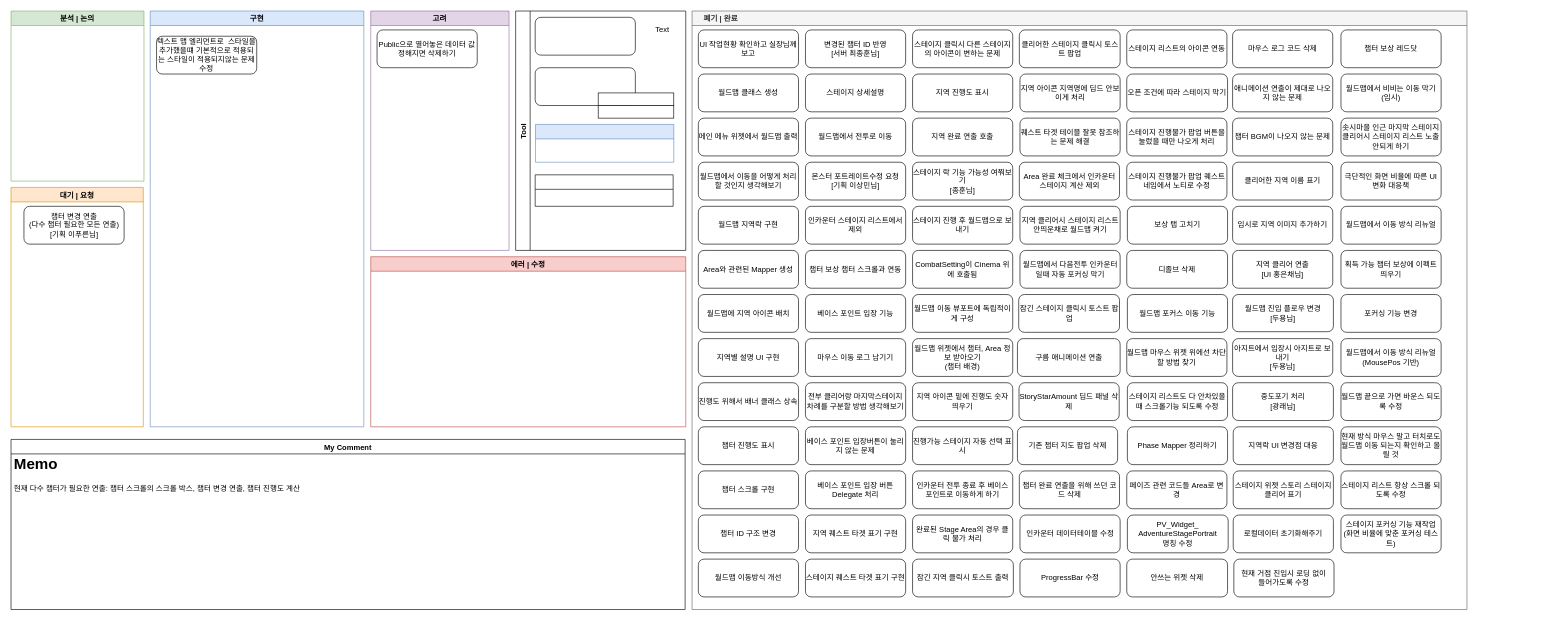
The draw.io diagram 월드맵 시스템 진행상황.drawio in Endorr/Job-Board, before the edit. Source tidied: cells renumbered, new cells numbered last; positions are measured from the earlier drawing's top-left corner, leaving out a move shared by most shapes. Both pictures are drawn from the tidied source at 63%, with x=0, y=0 at pixel (11, 11).
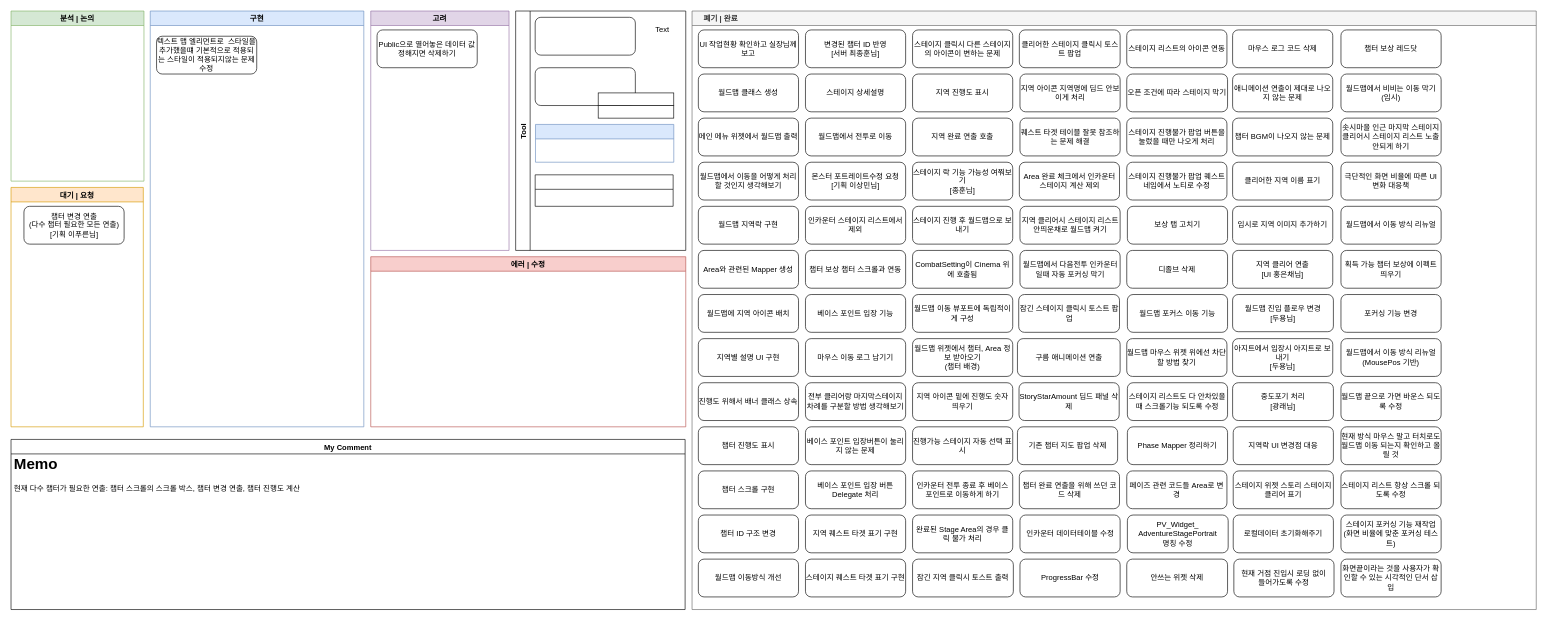
After the change.

Commit message:
Update 월드맵 시스템 진행상황.drawio

Diff of the diagram source:
```diff
@@
     <mxCell id="8" value="     폐기 | 완료" style="swimlane;strokeColor=#666666;fillColor=#f5f5f5;fontColor=#333333;align=left;" parent="1" vertex="1">
-      <mxGeometry x="1081" width="1230" height="950" as="geometry" />
+      <mxGeometry x="1081" width="1340" height="950" as="geometry" />
     </mxCell>
@@
+    <mxCell id="112" value="화면끝이라는 것을 사용자가 확인할 수 있는 시각적인 단서 삽입" style="rounded=1;whiteSpace=wrap;html=1;" parent="8" vertex="1">
+      <mxGeometry x="1030" y="870" width="159" height="60" as="geometry" />
+    </mxCell>
```
